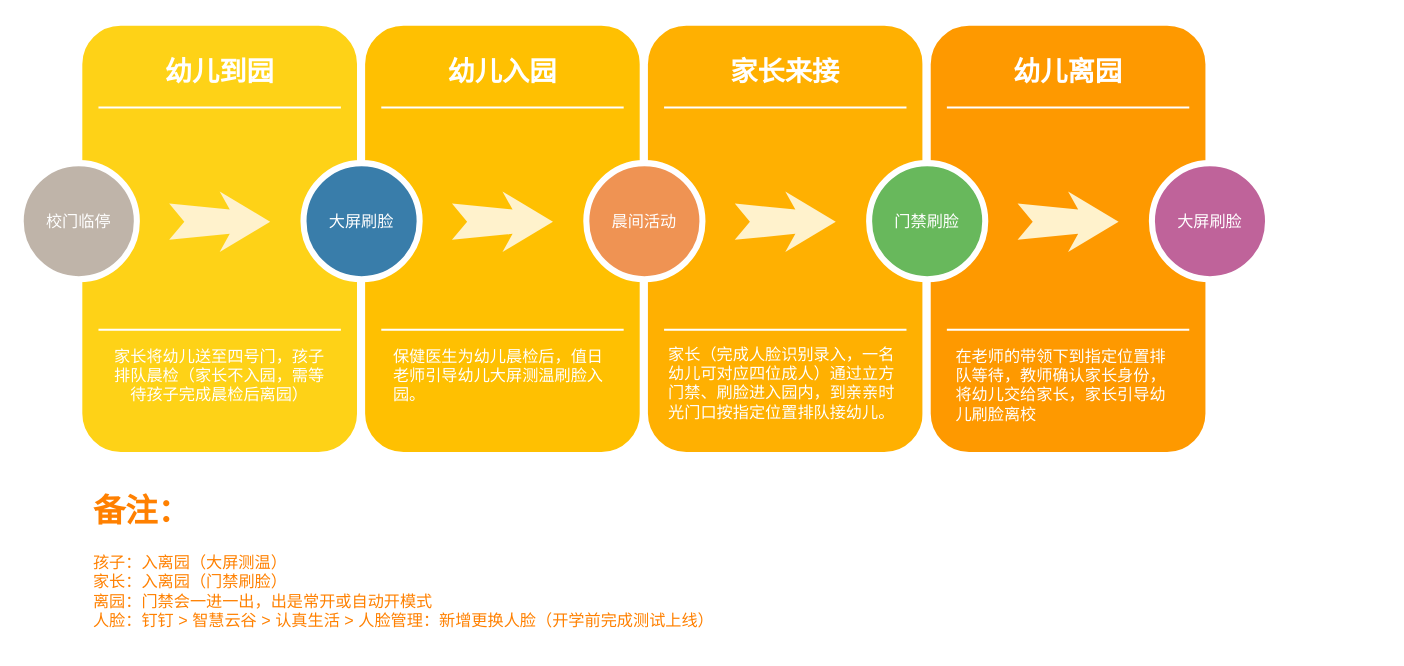
Above: 云谷园区入离园方案.drawio in tidusxujun/chemao (draw.io), before the change. Source tidied: cells renumbered, new cells numbered last; positions are measured from the earlier drawing's top-left corner, leaving out a move shared by most shapes. Both pictures are drawn from the tidied source at 101%, with x=0, y=0 at pixel (20, 21).
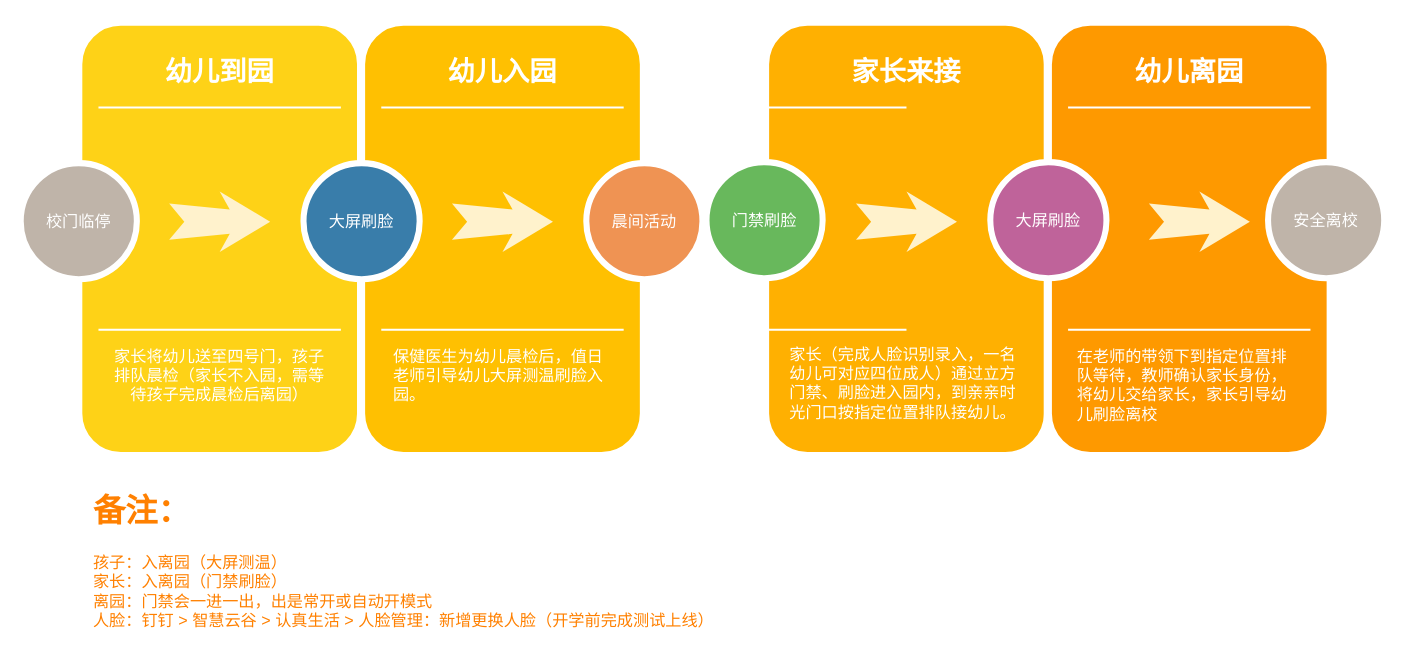
After the change.

Commit message:
更新云谷园区入离园方案.drawio

Change to the diagram source:
```diff
@@
     <mxCell id="15" style="whiteSpace=wrap;html=1;rounded=1;shadow=0;strokeWidth=8;fontSize=20;align=center;fillColor=#FFB001;strokeColor=#FFFFFF;" parent="1" vertex="1">
-      <mxGeometry x="617" width="280" height="430" as="geometry" />
+      <mxGeometry x="737" width="280" height="430" as="geometry" />
     </mxCell>
     <mxCell id="16" value="家长来接" style="text;html=1;strokeColor=none;fillColor=none;align=center;verticalAlign=middle;whiteSpace=wrap;rounded=0;shadow=0;fontSize=27;fontColor=#FFFFFF;fontStyle=1;" parent="1" vertex="1">
-      <mxGeometry x="617" y="20" width="280" height="60" as="geometry" />
+      <mxGeometry x="737" y="20" width="280" height="60" as="geometry" />
     </mxCell>
     <mxCell id="17" value="家长（完成人脸识别录入，一名幼儿可对应四位成人）通过立方门禁、刷脸进入园内，到亲亲时光门口按指定位置排队接幼儿。" style="text;html=1;strokeColor=none;fillColor=none;align=center;verticalAlign=top;whiteSpace=wrap;rounded=0;shadow=0;fontSize=16;fontColor=#FFFFFF;" parent="1" vertex="1">
-      <mxGeometry x="637" y="312.5" width="233" height="90" as="geometry" />
+      <mxGeometry x="757" y="312.5" width="233" height="90" as="geometry" />
     </mxCell>
@@
     <mxCell id="21" style="html=1;shadow=0;dashed=0;align=center;verticalAlign=middle;shape=mxgraph.arrows2.stylisedArrow;dy=0.6;dx=40;notch=15;feather=0.4;rounded=0;strokeWidth=1;fontSize=27;strokeColor=none;fillColor=#fff2cc;" parent="1" vertex="1">
-      <mxGeometry x="707" y="168" width="100" height="60" as="geometry" />
+      <mxGeometry x="827" y="168" width="100" height="60" as="geometry" />
     </mxCell>
     <mxCell id="22" style="whiteSpace=wrap;html=1;rounded=1;shadow=0;strokeWidth=8;fontSize=20;align=center;fillColor=#FE9900;strokeColor=#FFFFFF;" parent="1" vertex="1">
-      <mxGeometry x="897" width="280" height="430" as="geometry" />
+      <mxGeometry x="1017" width="280" height="430" as="geometry" />
     </mxCell>
     <mxCell id="23" value="幼儿离园" style="text;html=1;strokeColor=none;fillColor=none;align=center;verticalAlign=middle;whiteSpace=wrap;rounded=0;shadow=0;fontSize=27;fontColor=#FFFFFF;fontStyle=1;" parent="1" vertex="1">
-      <mxGeometry x="897" y="20" width="280" height="60" as="geometry" />
+      <mxGeometry x="1017" y="20" width="280" height="60" as="geometry" />
     </mxCell>
     <mxCell id="24" value="在老师的带领下到指定位置排队等待，教师确认家长身份，将幼儿交给家长，家长引导幼儿刷脸离校" style="text;html=1;strokeColor=none;fillColor=none;align=left;verticalAlign=top;whiteSpace=wrap;rounded=0;shadow=0;fontSize=16;fontColor=#FFFFFF;" parent="1" vertex="1">
-      <mxGeometry x="924" y="315" width="220" height="90" as="geometry" />
+      <mxGeometry x="1044" y="315" width="220" height="90" as="geometry" />
     </mxCell>
     <mxCell id="25" style="line;strokeWidth=2;html=1;rounded=0;shadow=0;fontSize=27;align=center;fillColor=none;strokeColor=#FFFFFF;" parent="1" vertex="1">
-      <mxGeometry x="917" y="80" width="240" height="10" as="geometry" />
+      <mxGeometry x="1037" y="80" width="240" height="10" as="geometry" />
     </mxCell>
     <mxCell id="26" style="line;strokeWidth=2;html=1;rounded=0;shadow=0;fontSize=27;align=center;fillColor=none;strokeColor=#FFFFFF;" parent="1" vertex="1">
-      <mxGeometry x="917" y="300" width="240" height="10" as="geometry" />
+      <mxGeometry x="1037" y="300" width="240" height="10" as="geometry" />
     </mxCell>
     <mxCell id="27" value="门禁刷脸" style="ellipse;whiteSpace=wrap;html=1;rounded=0;shadow=0;strokeWidth=6;fontSize=16;align=center;fillColor=#68B85C;strokeColor=#FFFFFF;fontColor=#FFFFFF;" parent="1" vertex="1">
-      <mxGeometry x="840" y="140" width="115" height="115" as="geometry" />
+      <mxGeometry x="679" y="139" width="115" height="115" as="geometry" />
     </mxCell>
     <mxCell id="28" style="html=1;shadow=0;dashed=0;align=center;verticalAlign=middle;shape=mxgraph.arrows2.stylisedArrow;dy=0.6;dx=40;notch=15;feather=0.4;rounded=0;strokeWidth=1;fontSize=27;strokeColor=none;fillColor=#fff2cc;" parent="1" vertex="1">
-      <mxGeometry x="987" y="168" width="100" height="60" as="geometry" />
+      <mxGeometry x="1117" y="168" width="100" height="60" as="geometry" />
     </mxCell>
     <mxCell id="29" value="大屏刷脸" style="ellipse;whiteSpace=wrap;html=1;rounded=0;shadow=0;strokeWidth=6;fontSize=16;align=center;fillColor=#BF639A;strokeColor=#FFFFFF;fontColor=#FFFFFF;" parent="1" vertex="1">
-      <mxGeometry x="1120" y="140" width="115" height="115" as="geometry" />
+      <mxGeometry x="960" y="139" width="115" height="115" as="geometry" />
     </mxCell>
@@
+    <mxCell id="32" value="安全离校" style="ellipse;whiteSpace=wrap;html=1;rounded=0;shadow=0;strokeWidth=6;fontSize=16;align=center;fillColor=#BFB4A9;strokeColor=#FFFFFF;fontColor=#FFFFFF;" parent="1" vertex="1">
+      <mxGeometry x="1235" y="139" width="115" height="115" as="geometry" />
+    </mxCell>
```
